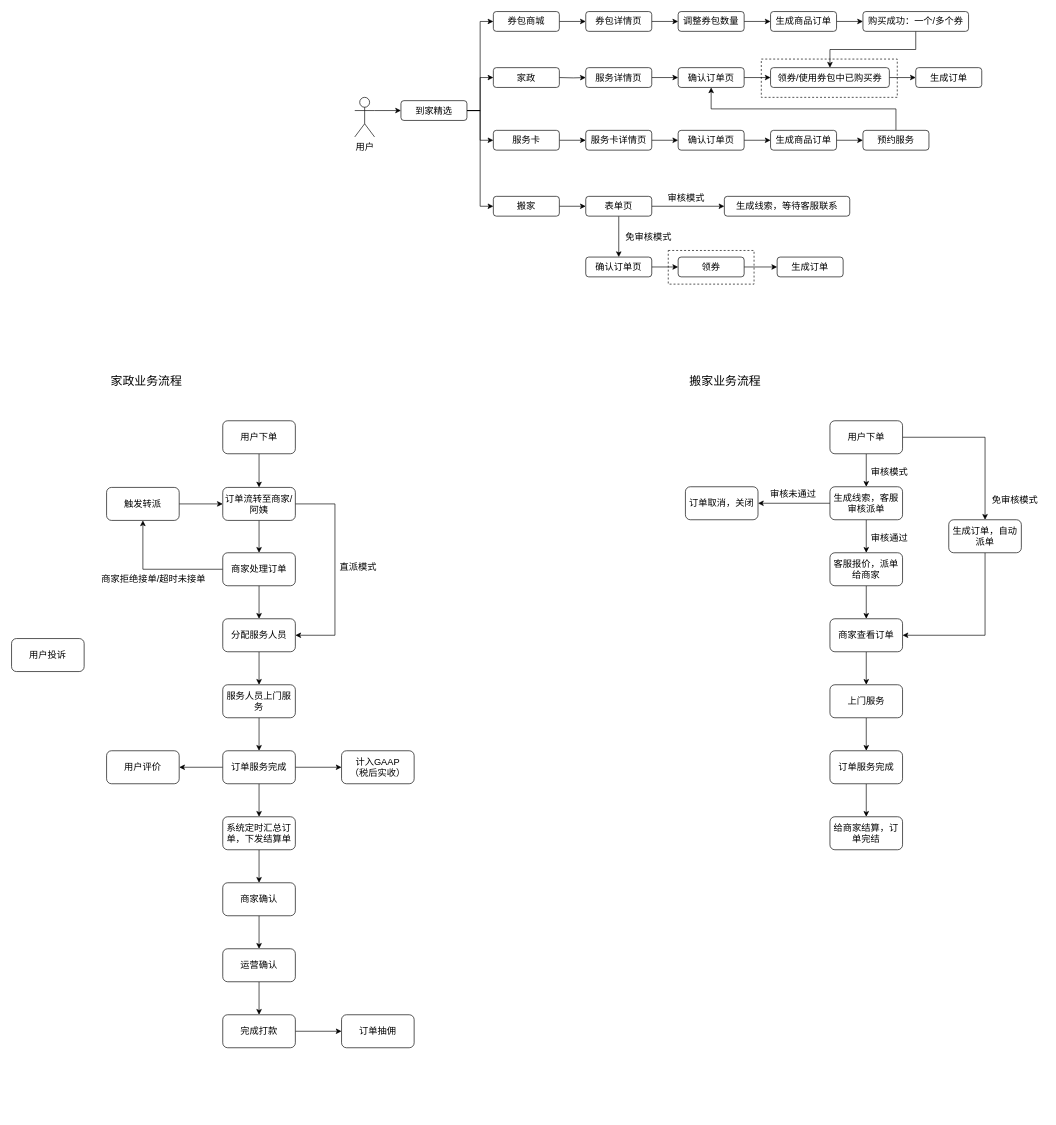
Above: page "到家精选整体业务流程" (2 of 2) of Untitled Diagram.drawio in chihiro-qx/hello-world (draw.io), before the change. Source tidied: cells renumbered, new cells numbered last; positions are measured from the earlier drawing's top-left corner, leaving out a move shared by most shapes. Both pictures are drawn from the tidied source at 66%, with x=0, y=0 at pixel (11, 11).
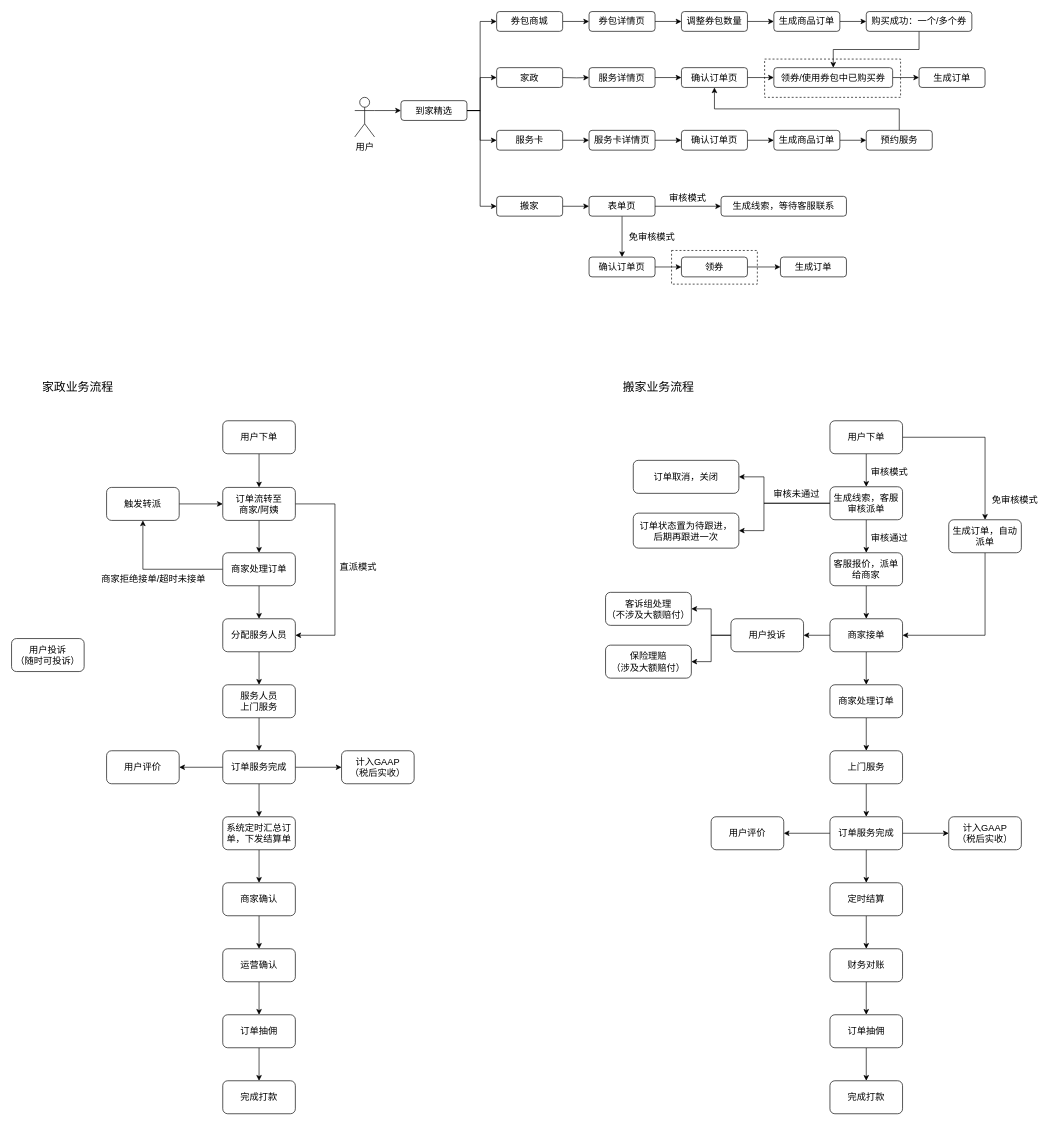
After the change.

The change refers to these unchanged cells:
```xml
<mxCell id="10" value="到家精选" style="rounded=1;whiteSpace=wrap;html=1;fontSize=14;" parent="1" vertex="1">
  <mxGeometry x="590" y="135" width="100" height="30" as="geometry" />
</mxCell>
<mxCell id="56" value="生成线索，客服审核派单" style="rounded=1;whiteSpace=wrap;html=1;fontSize=14;" parent="1" vertex="1">
  <mxGeometry x="1240" y="720" width="110" height="50" as="geometry" />
</mxCell>
<mxCell id="62" value="客服报价，派单给商家" style="rounded=1;whiteSpace=wrap;html=1;fontSize=14;" parent="1" vertex="1">
  <mxGeometry x="1240" y="820" width="110" height="50" as="geometry" />
</mxCell>
<mxCell id="74" value="生成订单，自动派单" style="rounded=1;whiteSpace=wrap;html=1;fontSize=14;" parent="1" vertex="1">
  <mxGeometry x="1420" y="770" width="110" height="50" as="geometry" />
</mxCell>
```

The edit, as a diff of the source:
```diff
@@
     <mxCell id="2" style="rounded=0;whiteSpace=wrap;html=1;dashed=1;fontSize=14;" parent="1" vertex="1">
-      <mxGeometry x="995" y="362" width="130" height="51" as="geometry" />
+      <mxGeometry x="1000" y="362" width="130" height="51" as="geometry" />
     </mxCell>
     <mxCell id="3" style="rounded=0;whiteSpace=wrap;html=1;fontSize=14;dashed=1;" parent="1" vertex="1">
-      <mxGeometry x="1136" y="72" width="206" height="58" as="geometry" />
+      <mxGeometry x="1141" y="72" width="206" height="58" as="geometry" />
     </mxCell>
@@
-    <mxCell id="6" style="edgeStyle=orthogonalEdgeStyle;rounded=0;jettySize=auto;html=1;exitX=1;exitY=0.5;exitDx=0;exitDy=0;entryX=0;entryY=0.5;entryDx=0;entryDy=0;fontSize=14;" parent="1" edge="1" source="10">
+    <mxCell id="6" style="edgeStyle=orthogonalEdgeStyle;rounded=0;jettySize=auto;html=1;exitX=1;exitY=0.5;exitDx=0;exitDy=0;entryX=0;entryY=0.5;entryDx=0;entryDy=0;fontSize=14;" parent="1" edge="1" source="10" target="19">
       <mxGeometry relative="1" as="geometry">
-        <mxPoint x="730" y="100" as="targetPoint" />
         <Array as="points">
           <mxPoint x="710" y="150" />
           <mxPoint x="710" y="100" />
         </Array>
       </mxGeometry>
     </mxCell>
     <mxCell id="7" style="edgeStyle=orthogonalEdgeStyle;rounded=0;jettySize=auto;html=1;exitX=1;exitY=0.5;exitDx=0;exitDy=0;entryX=0;entryY=0.5;entryDx=0;entryDy=0;fontSize=14;" parent="1" edge="1" source="10" target="21">
-      <mxGeometry relative="1" as="geometry" />
+      <mxGeometry relative="1" as="geometry">
+        <Array as="points">
+          <mxPoint x="710" y="150" />
+          <mxPoint x="710" y="15" />
+        </Array>
+      </mxGeometry>
     </mxCell>
     <mxCell id="8" style="edgeStyle=orthogonalEdgeStyle;rounded=0;jettySize=auto;html=1;exitX=1;exitY=0.5;exitDx=0;exitDy=0;entryX=0;entryY=0.5;entryDx=0;entryDy=0;fontSize=14;" parent="1" edge="1" source="10" target="31">
-      <mxGeometry relative="1" as="geometry" />
+      <mxGeometry relative="1" as="geometry">
+        <Array as="points">
+          <mxPoint x="710" y="150" />
+          <mxPoint x="710" y="195" />
+        </Array>
+      </mxGeometry>
     </mxCell>
     <mxCell id="9" style="edgeStyle=orthogonalEdgeStyle;rounded=0;jettySize=auto;html=1;exitX=1;exitY=0.5;exitDx=0;exitDy=0;entryX=0;entryY=0.5;entryDx=0;entryDy=0;fontSize=14;" parent="1" edge="1" source="10" target="41">
-      <mxGeometry relative="1" as="geometry" />
+      <mxGeometry relative="1" as="geometry">
+        <Array as="points">
+          <mxPoint x="710" y="150" />
+          <mxPoint x="710" y="295" />
+        </Array>
+      </mxGeometry>
     </mxCell>
@@
     <mxCell id="11" style="edgeStyle=orthogonalEdgeStyle;rounded=0;jettySize=auto;html=1;exitX=1;exitY=0.5;exitDx=0;exitDy=0;entryX=0;entryY=0.5;entryDx=0;entryDy=0;fontSize=14;" parent="1" edge="1" target="13">
       <mxGeometry relative="1" as="geometry">
-        <mxPoint x="830" y="100" as="sourcePoint" />
+        <mxPoint x="835" y="100" as="sourcePoint" />
       </mxGeometry>
     </mxCell>
@@
     <mxCell id="13" value="服务详情页" style="rounded=1;whiteSpace=wrap;html=1;fontSize=14;" parent="1" vertex="1">
-      <mxGeometry x="870" y="85" width="100" height="30" as="geometry" />
+      <mxGeometry x="875" y="85" width="100" height="30" as="geometry" />
     </mxCell>
@@
     <mxCell id="15" value="确认订单页" style="rounded=1;whiteSpace=wrap;html=1;fontSize=14;" parent="1" vertex="1">
-      <mxGeometry x="1010" y="85" width="100" height="30" as="geometry" />
+      <mxGeometry x="1015" y="85" width="100" height="30" as="geometry" />
     </mxCell>
@@
     <mxCell id="17" value="领券/使用券包中已购买券" style="rounded=1;whiteSpace=wrap;html=1;fontSize=14;" parent="1" vertex="1">
-      <mxGeometry x="1150" y="85" width="180" height="30" as="geometry" />
+      <mxGeometry x="1155" y="85" width="180" height="30" as="geometry" />
     </mxCell>
     <mxCell id="18" value="生成订单" style="rounded=1;whiteSpace=wrap;html=1;fontSize=14;" parent="1" vertex="1">
-      <mxGeometry x="1370" y="85" width="100" height="30" as="geometry" />
+      <mxGeometry x="1375" y="85" width="100" height="30" as="geometry" />
     </mxCell>
     <mxCell id="19" value="家政" style="rounded=1;whiteSpace=wrap;html=1;fontSize=14;" parent="1" vertex="1">
-      <mxGeometry x="730" y="85" width="100" height="30" as="geometry" />
+      <mxGeometry x="735" y="85" width="100" height="30" as="geometry" />
     </mxCell>
@@
     <mxCell id="21" value="券包商城" style="rounded=1;whiteSpace=wrap;html=1;fontSize=14;" parent="1" vertex="1">
-      <mxGeometry x="730" width="100" height="30" as="geometry" />
+      <mxGeometry x="735" width="100" height="30" as="geometry" />
     </mxCell>
@@
     <mxCell id="23" value="券包详情页" style="rounded=1;whiteSpace=wrap;html=1;fontSize=14;" parent="1" vertex="1">
-      <mxGeometry x="870" width="100" height="30" as="geometry" />
+      <mxGeometry x="875" width="100" height="30" as="geometry" />
     </mxCell>
@@
     <mxCell id="25" value="调整券包数量" style="rounded=1;whiteSpace=wrap;html=1;fontSize=14;" parent="1" vertex="1">
-      <mxGeometry x="1010" width="100" height="30" as="geometry" />
+      <mxGeometry x="1015" width="100" height="30" as="geometry" />
     </mxCell>
@@
     <mxCell id="27" value="生成商品订单" style="rounded=1;whiteSpace=wrap;html=1;fontSize=14;" parent="1" vertex="1">
-      <mxGeometry x="1150" width="100" height="30" as="geometry" />
+      <mxGeometry x="1155" width="100" height="30" as="geometry" />
     </mxCell>
@@
     <mxCell id="29" value="购买成功：一个/多个券" style="rounded=1;whiteSpace=wrap;html=1;fontSize=14;" parent="1" vertex="1">
-      <mxGeometry x="1290" width="160" height="30" as="geometry" />
+      <mxGeometry x="1295" width="160" height="30" as="geometry" />
     </mxCell>
@@
     <mxCell id="31" value="服务卡" style="rounded=1;whiteSpace=wrap;html=1;fontSize=14;" parent="1" vertex="1">
-      <mxGeometry x="730" y="180" width="100" height="30" as="geometry" />
+      <mxGeometry x="735" y="180" width="100" height="30" as="geometry" />
     </mxCell>
@@
     <mxCell id="33" value="服务卡详情页" style="rounded=1;whiteSpace=wrap;html=1;fontSize=14;" parent="1" vertex="1">
-      <mxGeometry x="870" y="180" width="100" height="30" as="geometry" />
+      <mxGeometry x="875" y="180" width="100" height="30" as="geometry" />
     </mxCell>
@@
     <mxCell id="35" value="确认订单页" style="rounded=1;whiteSpace=wrap;html=1;fontSize=14;" parent="1" vertex="1">
-      <mxGeometry x="1010" y="180" width="100" height="30" as="geometry" />
+      <mxGeometry x="1015" y="180" width="100" height="30" as="geometry" />
     </mxCell>
@@
     <mxCell id="37" value="生成商品订单" style="rounded=1;whiteSpace=wrap;html=1;fontSize=14;" parent="1" vertex="1">
-      <mxGeometry x="1150" y="180" width="100" height="30" as="geometry" />
+      <mxGeometry x="1155" y="180" width="100" height="30" as="geometry" />
     </mxCell>
-    <mxCell id="38" style="edgeStyle=orthogonalEdgeStyle;rounded=0;jettySize=auto;html=1;exitX=0.5;exitY=0;exitDx=0;exitDy=0;entryX=0.5;entryY=1;entryDx=0;entryDy=0;fontSize=14;" parent="1" edge="1" source="39" target="15">
+    <mxCell id="38" style="edgeStyle=orthogonalEdgeStyle;rounded=0;jettySize=auto;html=1;exitX=0.5;exitY=0;exitDx=0;exitDy=0;entryX=0.5;entryY=1;entryDx=0;entryDy=0;fontSize=14;startSize=6;endSize=6;" parent="1" edge="1" source="39" target="15">
       <mxGeometry relative="1" as="geometry" />
     </mxCell>
     <mxCell id="39" value="预约服务" style="rounded=1;whiteSpace=wrap;html=1;fontSize=14;" parent="1" vertex="1">
-      <mxGeometry x="1290" y="180" width="100" height="30" as="geometry" />
+      <mxGeometry x="1295" y="180" width="100" height="30" as="geometry" />
     </mxCell>
@@
     <mxCell id="41" value="搬家" style="rounded=1;whiteSpace=wrap;html=1;fontSize=14;" parent="1" vertex="1">
-      <mxGeometry x="730" y="280" width="100" height="30" as="geometry" />
+      <mxGeometry x="735" y="280" width="100" height="30" as="geometry" />
     </mxCell>
@@
     <mxCell id="44" value="表单页" style="rounded=1;whiteSpace=wrap;html=1;fontSize=14;" parent="1" vertex="1">
-      <mxGeometry x="870" y="280" width="100" height="30" as="geometry" />
+      <mxGeometry x="875" y="280" width="100" height="30" as="geometry" />
     </mxCell>
     <mxCell id="45" value="生成线索，等待客服联系" style="rounded=1;whiteSpace=wrap;html=1;fontSize=14;" parent="1" vertex="1">
-      <mxGeometry x="1080" y="280" width="190" height="30" as="geometry" />
+      <mxGeometry x="1075" y="280" width="190" height="30" as="geometry" />
     </mxCell>
@@
     <mxCell id="47" value="确认订单页" style="rounded=1;whiteSpace=wrap;html=1;fontSize=14;" parent="1" vertex="1">
-      <mxGeometry x="870" y="372" width="100" height="30" as="geometry" />
+      <mxGeometry x="875" y="372" width="100" height="30" as="geometry" />
     </mxCell>
@@
     <mxCell id="49" value="领券" style="rounded=1;whiteSpace=wrap;html=1;fontSize=14;" parent="1" vertex="1">
-      <mxGeometry x="1010" y="372" width="100" height="30" as="geometry" />
+      <mxGeometry x="1015" y="372" width="100" height="30" as="geometry" />
     </mxCell>
     <mxCell id="50" value="生成订单" style="rounded=1;whiteSpace=wrap;html=1;fontSize=14;" parent="1" vertex="1">
-      <mxGeometry x="1160" y="372" width="100" height="30" as="geometry" />
+      <mxGeometry x="1165" y="372" width="100" height="30" as="geometry" />
     </mxCell>
     <mxCell id="51" value="审核模式" style="text;html=1;align=center;verticalAlign=middle;strokeColor=none;fillColor=none;fontSize=14;" parent="1" vertex="1">
-      <mxGeometry x="987" y="273" width="70" height="20" as="geometry" />
+      <mxGeometry x="989" y="273" width="70" height="20" as="geometry" />
     </mxCell>
     <mxCell id="52" value="免审核模式" style="text;html=1;align=center;verticalAlign=middle;strokeColor=none;fillColor=none;fontSize=14;" parent="1" vertex="1">
-      <mxGeometry x="920" y="331" width="90" height="20" as="geometry" />
+      <mxGeometry x="925" y="331" width="90" height="20" as="geometry" />
     </mxCell>
     <mxCell id="53" value="&lt;font style=&quot;font-size: 18px&quot;&gt;搬家业务流程&lt;/font&gt;" style="text;html=1;align=center;verticalAlign=middle;strokeColor=none;fillColor=none;fontSize=14;" parent="1" vertex="1">
-      <mxGeometry x="1021" y="550" width="120" height="20" as="geometry" />
+      <mxGeometry x="920" y="560" width="120" height="20" as="geometry" />
     </mxCell>
     <mxCell id="54" style="edgeStyle=orthogonalEdgeStyle;rounded=0;jettySize=auto;html=1;exitX=0;exitY=0.5;exitDx=0;exitDy=0;entryX=1;entryY=0.5;entryDx=0;entryDy=0;fontSize=14;" parent="1" edge="1" source="56" target="63">
-      <mxGeometry relative="1" as="geometry" />
+      <mxGeometry relative="1" as="geometry">
+        <Array as="points">
+          <mxPoint x="1140" y="745" />
+          <mxPoint x="1140" y="705" />
+        </Array>
+      </mxGeometry>
     </mxCell>
@@
+    <mxCell id="109" style="edgeStyle=orthogonalEdgeStyle;rounded=0;jettySize=auto;html=1;exitX=0;exitY=0.5;exitDx=0;exitDy=0;entryX=1;entryY=0.5;entryDx=0;entryDy=0;fontSize=14;startSize=6;endSize=6;" parent="1" edge="1" source="56" target="115">
+      <mxGeometry relative="1" as="geometry">
+        <Array as="points">
+          <mxPoint x="1140" y="745" />
+          <mxPoint x="1140" y="787" />
+        </Array>
+      </mxGeometry>
+    </mxCell>
@@
-    <mxCell id="61" style="edgeStyle=orthogonalEdgeStyle;rounded=0;jettySize=auto;html=1;exitX=0.5;exitY=1;exitDx=0;exitDy=0;entryX=0.5;entryY=0;entryDx=0;entryDy=0;fontSize=14;" parent="1" edge="1" source="62" target="67">
-      <mxGeometry relative="1" as="geometry" />
-    </mxCell>
+    <mxCell id="110" style="edgeStyle=orthogonalEdgeStyle;rounded=0;jettySize=auto;html=1;exitX=0.5;exitY=1;exitDx=0;exitDy=0;entryX=0.5;entryY=0;entryDx=0;entryDy=0;fontSize=14;startSize=6;endSize=6;" parent="1" edge="1" source="62" target="124">
+      <mxGeometry relative="1" as="geometry" />
+    </mxCell>
@@
     <mxCell id="63" value="订单取消，关闭" style="rounded=1;whiteSpace=wrap;html=1;fontSize=14;" parent="1" vertex="1">
-      <mxGeometry x="1021" y="720" width="110" height="50" as="geometry" />
+      <mxGeometry x="942" y="680" width="160" height="50" as="geometry" />
     </mxCell>
     <mxCell id="64" value="审核未通过" style="text;html=1;align=center;verticalAlign=middle;strokeColor=none;fillColor=none;fontSize=14;" parent="1" vertex="1">
-      <mxGeometry x="1139" y="721" width="90" height="20" as="geometry" />
+      <mxGeometry x="1144" y="721" width="90" height="20" as="geometry" />
     </mxCell>
@@
-    <mxCell id="67" value="商家查看订单" style="rounded=1;whiteSpace=wrap;html=1;fontSize=14;" parent="1" vertex="1">
-      <mxGeometry x="1240" y="920" width="110" height="50" as="geometry" />
+    <mxCell id="67" value="商家处理订单" style="rounded=1;whiteSpace=wrap;html=1;fontSize=14;" parent="1" vertex="1">
+      <mxGeometry x="1240" y="1020" width="110" height="50" as="geometry" />
     </mxCell>
@@
     <mxCell id="69" value="上门服务" style="rounded=1;whiteSpace=wrap;html=1;fontSize=14;" parent="1" vertex="1">
-      <mxGeometry x="1240" y="1020" width="110" height="50" as="geometry" />
+      <mxGeometry x="1240" y="1120" width="110" height="50" as="geometry" />
     </mxCell>
@@
+    <mxCell id="111" style="edgeStyle=orthogonalEdgeStyle;rounded=0;jettySize=auto;html=1;exitX=0;exitY=0.5;exitDx=0;exitDy=0;entryX=1;entryY=0.5;entryDx=0;entryDy=0;fontSize=14;startSize=6;endSize=6;" parent="1" edge="1" source="71" target="121">
+      <mxGeometry relative="1" as="geometry" />
+    </mxCell>
+    <mxCell id="112" style="edgeStyle=orthogonalEdgeStyle;rounded=0;jettySize=auto;html=1;exitX=1;exitY=0.5;exitDx=0;exitDy=0;entryX=0;entryY=0.5;entryDx=0;entryDy=0;fontSize=14;startSize=6;endSize=6;" parent="1" edge="1" source="71" target="129">
+      <mxGeometry relative="1" as="geometry" />
+    </mxCell>
     <mxCell id="71" value="订单服务完成" style="rounded=1;whiteSpace=wrap;html=1;fontSize=14;" parent="1" vertex="1">
-      <mxGeometry x="1240" y="1120" width="110" height="50" as="geometry" />
+      <mxGeometry x="1240" y="1220" width="110" height="50" as="geometry" />
     </mxCell>
+    <mxCell id="113" style="edgeStyle=orthogonalEdgeStyle;rounded=0;jettySize=auto;html=1;exitX=0.5;exitY=1;exitDx=0;exitDy=0;entryX=0.5;entryY=0;entryDx=0;entryDy=0;fontSize=14;startSize=6;endSize=6;" parent="1" edge="1" source="72" target="126">
+      <mxGeometry relative="1" as="geometry" />
+    </mxCell>
-    <mxCell id="72" value="给商家结算，订单完结" style="rounded=1;whiteSpace=wrap;html=1;fontSize=14;" parent="1" vertex="1">
-      <mxGeometry x="1240" y="1220" width="110" height="50" as="geometry" />
+    <mxCell id="72" value="定时结算" style="rounded=1;whiteSpace=wrap;html=1;fontSize=14;" parent="1" vertex="1">
+      <mxGeometry x="1240" y="1320" width="110" height="50" as="geometry" />
     </mxCell>
-    <mxCell id="73" style="edgeStyle=orthogonalEdgeStyle;rounded=0;jettySize=auto;html=1;exitX=0.5;exitY=1;exitDx=0;exitDy=0;entryX=1;entryY=0.5;entryDx=0;entryDy=0;fontSize=14;" parent="1" edge="1" source="74" target="67">
-      <mxGeometry relative="1" as="geometry" />
-    </mxCell>
+    <mxCell id="114" style="edgeStyle=orthogonalEdgeStyle;rounded=0;jettySize=auto;html=1;exitX=0.5;exitY=1;exitDx=0;exitDy=0;entryX=1;entryY=0.5;entryDx=0;entryDy=0;fontSize=14;startSize=6;endSize=6;" parent="1" edge="1" source="74" target="124">
+      <mxGeometry relative="1" as="geometry" />
+    </mxCell>
@@
-    <mxCell id="80" value="订单流转至商家/阿姨" style="rounded=1;whiteSpace=wrap;html=1;fontSize=14;" parent="1" vertex="1">
+    <mxCell id="80" value="订单流转至&lt;br&gt;商家/阿姨" style="rounded=1;whiteSpace=wrap;html=1;fontSize=14;" parent="1" vertex="1">
       <mxGeometry x="320" y="721" width="110" height="50" as="geometry" />
     </mxCell>
@@
-    <mxCell id="87" value="服务人员上门服务" style="rounded=1;whiteSpace=wrap;html=1;fontSize=14;" parent="1" vertex="1">
+    <mxCell id="87" value="服务人员&lt;br&gt;上门服务" style="rounded=1;whiteSpace=wrap;html=1;fontSize=14;" parent="1" vertex="1">
       <mxGeometry x="320" y="1020" width="110" height="50" as="geometry" />
     </mxCell>
@@
-    <mxCell id="102" style="edgeStyle=orthogonalEdgeStyle;rounded=0;jettySize=auto;html=1;exitX=1;exitY=0.5;exitDx=0;exitDy=0;entryX=0;entryY=0.5;entryDx=0;entryDy=0;fontSize=14;" parent="1" edge="1" source="103" target="108">
+    <mxCell id="102" style="edgeStyle=orthogonalEdgeStyle;rounded=0;jettySize=auto;html=1;exitX=0.5;exitY=1;exitDx=0;exitDy=0;entryX=0.5;entryY=0;entryDx=0;entryDy=0;fontSize=14;startSize=6;endSize=6;" parent="1" edge="1" source="103" target="108">
       <mxGeometry relative="1" as="geometry" />
     </mxCell>
-    <mxCell id="103" value="完成打款" style="rounded=1;whiteSpace=wrap;html=1;fontSize=14;" parent="1" vertex="1">
+    <mxCell id="103" value="订单抽佣" style="rounded=1;whiteSpace=wrap;html=1;fontSize=14;" parent="1" vertex="1">
       <mxGeometry x="320" y="1520" width="110" height="50" as="geometry" />
     </mxCell>
     <mxCell id="104" value="&lt;font style=&quot;font-size: 18px&quot;&gt;家政业务流程&lt;/font&gt;" style="text;html=1;align=center;verticalAlign=middle;strokeColor=none;fillColor=none;fontSize=14;" parent="1" vertex="1">
-      <mxGeometry x="144" y="550" width="120" height="20" as="geometry" />
+      <mxGeometry x="40" y="560" width="120" height="20" as="geometry" />
     </mxCell>
-    <mxCell id="105" value="用户投诉" style="rounded=1;whiteSpace=wrap;html=1;fontSize=14;" parent="1" vertex="1">
+    <mxCell id="105" value="用户投诉&lt;br&gt;（随时可投诉）" style="rounded=1;whiteSpace=wrap;html=1;fontSize=14;" parent="1" vertex="1">
       <mxGeometry y="950" width="110" height="50" as="geometry" />
     </mxCell>
@@
-    <mxCell id="108" value="订单抽佣" style="rounded=1;whiteSpace=wrap;html=1;fontSize=14;" parent="1" vertex="1">
-      <mxGeometry x="500" y="1520" width="110" height="50" as="geometry" />
+    <mxCell id="108" value="完成打款" style="rounded=1;whiteSpace=wrap;html=1;fontSize=14;" parent="1" vertex="1">
+      <mxGeometry x="320" y="1620" width="110" height="50" as="geometry" />
     </mxCell>
+    <mxCell id="115" value="订单状态置为待跟进，&lt;br&gt;后期再跟进一次" style="rounded=1;whiteSpace=wrap;html=1;fontSize=14;" parent="1" vertex="1">
+      <mxGeometry x="942" y="760" width="160" height="53" as="geometry" />
+    </mxCell>
+    <mxCell id="116" style="edgeStyle=orthogonalEdgeStyle;rounded=0;jettySize=auto;html=1;exitX=0;exitY=0.5;exitDx=0;exitDy=0;entryX=1;entryY=0.5;entryDx=0;entryDy=0;fontSize=14;startSize=6;endSize=6;" parent="1" edge="1" source="118" target="119">
+      <mxGeometry relative="1" as="geometry" />
+    </mxCell>
+    <mxCell id="117" style="edgeStyle=orthogonalEdgeStyle;rounded=0;jettySize=auto;html=1;exitX=0;exitY=0.5;exitDx=0;exitDy=0;entryX=1;entryY=0.5;entryDx=0;entryDy=0;fontSize=14;startSize=6;endSize=6;" parent="1" edge="1" source="118" target="120">
+      <mxGeometry relative="1" as="geometry" />
+    </mxCell>
+    <mxCell id="118" value="用户投诉" style="rounded=1;whiteSpace=wrap;html=1;fontSize=14;" parent="1" vertex="1">
+      <mxGeometry x="1090" y="920" width="110" height="50" as="geometry" />
+    </mxCell>
+    <mxCell id="119" value="客诉组处理&lt;br&gt;（不涉及大额赔付）" style="rounded=1;whiteSpace=wrap;html=1;fontSize=14;" parent="1" vertex="1">
+      <mxGeometry x="900" y="880" width="130" height="50" as="geometry" />
+    </mxCell>
+    <mxCell id="120" value="保险理赔&lt;br&gt;（涉及大额赔付）" style="rounded=1;whiteSpace=wrap;html=1;fontSize=14;" parent="1" vertex="1">
+      <mxGeometry x="900" y="960" width="130" height="50" as="geometry" />
+    </mxCell>
+    <mxCell id="121" value="用户评价" style="rounded=1;whiteSpace=wrap;html=1;fontSize=14;" parent="1" vertex="1">
+      <mxGeometry x="1060" y="1220" width="110" height="50" as="geometry" />
+    </mxCell>
+    <mxCell id="122" style="edgeStyle=orthogonalEdgeStyle;rounded=0;jettySize=auto;html=1;exitX=0.5;exitY=1;exitDx=0;exitDy=0;fontSize=14;startSize=6;endSize=6;" parent="1" edge="1" source="124" target="67">
+      <mxGeometry relative="1" as="geometry" />
+    </mxCell>
+    <mxCell id="123" style="edgeStyle=orthogonalEdgeStyle;rounded=0;jettySize=auto;html=1;exitX=0;exitY=0.5;exitDx=0;exitDy=0;entryX=1;entryY=0.5;entryDx=0;entryDy=0;fontSize=14;startSize=6;endSize=6;" parent="1" edge="1" source="124" target="118">
+      <mxGeometry relative="1" as="geometry" />
+    </mxCell>
+    <mxCell id="124" value="商家接单" style="rounded=1;whiteSpace=wrap;html=1;fontSize=14;" parent="1" vertex="1">
+      <mxGeometry x="1240" y="920" width="110" height="50" as="geometry" />
+    </mxCell>
+    <mxCell id="125" style="edgeStyle=orthogonalEdgeStyle;rounded=0;jettySize=auto;html=1;exitX=0.5;exitY=1;exitDx=0;exitDy=0;entryX=0.5;entryY=0;entryDx=0;entryDy=0;fontSize=14;startSize=6;endSize=6;" parent="1" edge="1" source="126" target="128">
+      <mxGeometry relative="1" as="geometry" />
+    </mxCell>
+    <mxCell id="126" value="财务对账" style="rounded=1;whiteSpace=wrap;html=1;fontSize=14;" parent="1" vertex="1">
+      <mxGeometry x="1240" y="1420" width="110" height="50" as="geometry" />
+    </mxCell>
+    <mxCell id="127" style="edgeStyle=orthogonalEdgeStyle;rounded=0;jettySize=auto;html=1;exitX=0.5;exitY=1;exitDx=0;exitDy=0;entryX=0.5;entryY=0;entryDx=0;entryDy=0;fontSize=14;startSize=6;endSize=6;" parent="1" edge="1" source="128" target="130">
+      <mxGeometry relative="1" as="geometry" />
+    </mxCell>
+    <mxCell id="128" value="订单抽佣" style="rounded=1;whiteSpace=wrap;html=1;fontSize=14;" parent="1" vertex="1">
+      <mxGeometry x="1240" y="1520" width="110" height="50" as="geometry" />
+    </mxCell>
+    <mxCell id="129" value="计入GAAP&lt;br&gt;（税后实收）" style="rounded=1;whiteSpace=wrap;html=1;fontSize=14;" parent="1" vertex="1">
+      <mxGeometry x="1420" y="1220" width="110" height="50" as="geometry" />
+    </mxCell>
+    <mxCell id="130" value="完成打款" style="rounded=1;whiteSpace=wrap;html=1;fontSize=14;" parent="1" vertex="1">
+      <mxGeometry x="1240" y="1620" width="110" height="50" as="geometry" />
+    </mxCell>
```
